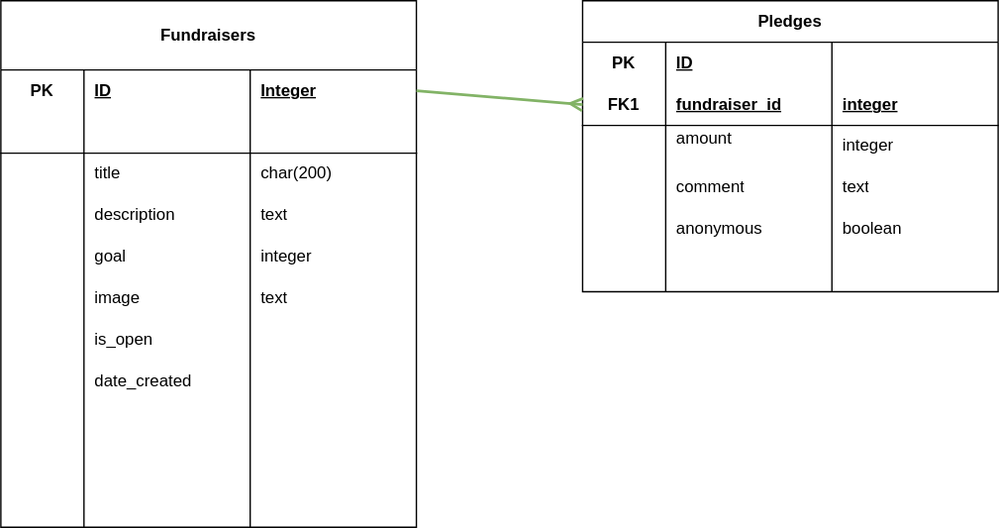
The draw.io diagram database.drawio.svg in jincode123/crowdfunding_backend, before a commit. Source tidied: cells renumbered, new cells last; positions are measured from the earlier drawing's top-left corner, leaving out a move shared by most shapes.
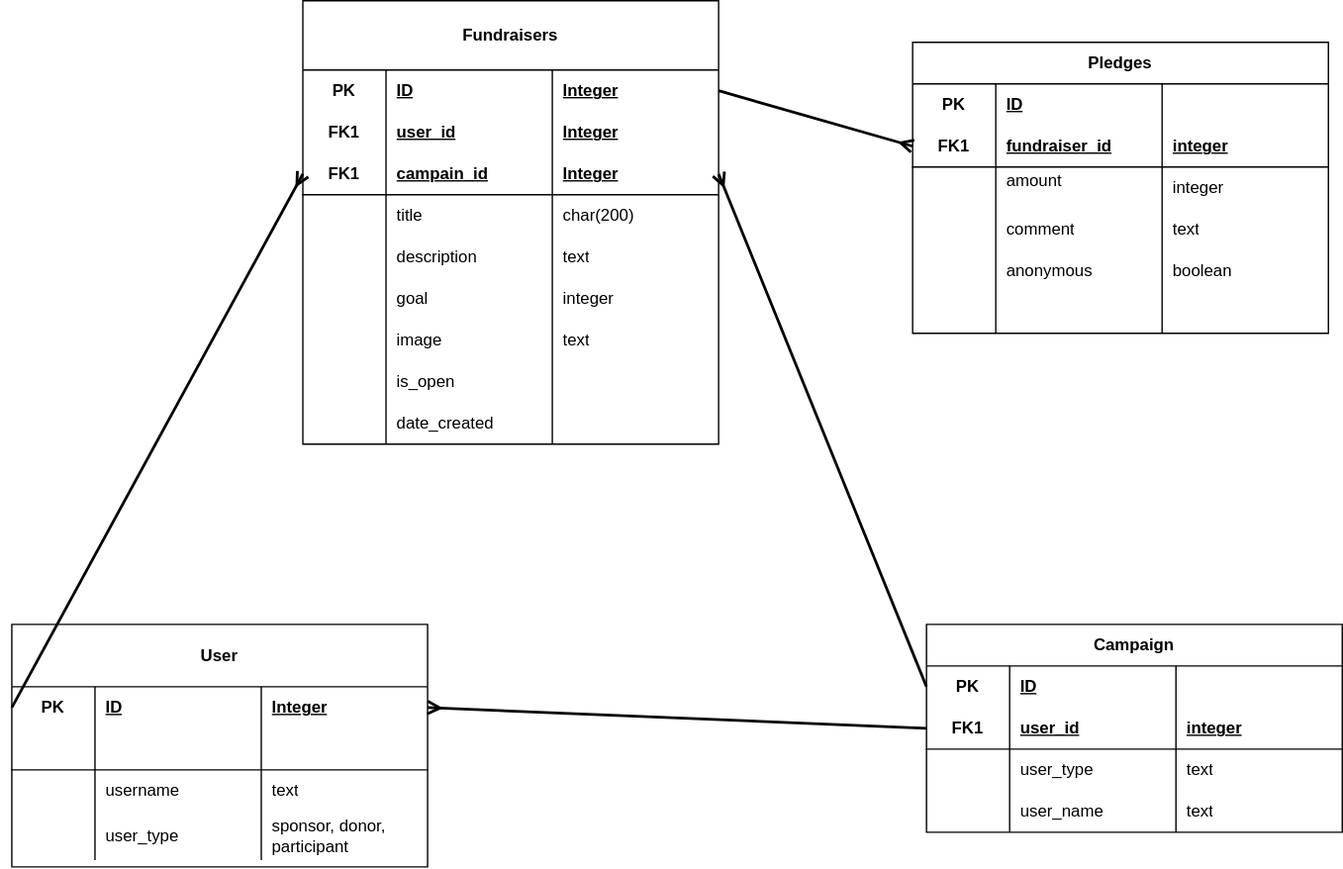
After the commit.

Commit message:
update database drawing

What changed in the source:
```diff
@@ -5,3 +5,3 @@
     <mxCell id="2" value="Fundraisers" style="shape=table;startSize=50;rowLines=0;fontStyle=1;align=center;html=1;whiteSpace=wrap;" parent="1" vertex="1">
-      <mxGeometry width="300" height="380" as="geometry" />
+      <mxGeometry x="340" y="30" width="300" height="320" as="geometry" />
     </mxCell>
@@ -19,12 +19,24 @@
     </mxCell>
+    <mxCell id="73" style="shape=tableRow;horizontal=0;startSize=0;swimlaneHead=0;swimlaneBody=0;fillColor=none;top=0;left=0;right=0;bottom=0;html=1;" parent="2" vertex="1">
+      <mxGeometry y="80" width="300" height="30" as="geometry" />
+    </mxCell>
+    <mxCell id="74" value="FK1" style="shape=partialRectangle;fillColor=none;top=0;left=0;bottom=0;right=0;fontStyle=1;overflow=hidden;html=1;whiteSpace=wrap;" parent="73" vertex="1">
+      <mxGeometry width="60" height="30" as="geometry" />
+    </mxCell>
+    <mxCell id="75" value="user_id" style="shape=partialRectangle;fillColor=none;top=0;left=0;bottom=0;right=0;align=left;spacingLeft=6;fontStyle=5;overflow=hidden;html=1;whiteSpace=wrap;" parent="73" vertex="1">
+      <mxGeometry x="60" width="120" height="30" as="geometry" />
+    </mxCell>
+    <mxCell id="76" value="Integer" style="shape=partialRectangle;fillColor=none;top=0;left=0;bottom=0;right=0;align=left;spacingLeft=6;fontStyle=5;overflow=hidden;html=1;whiteSpace=wrap;" parent="73" vertex="1">
+      <mxGeometry x="180" width="120" height="30" as="geometry" />
+    </mxCell>
     <mxCell id="7" style="shape=tableRow;horizontal=0;startSize=0;swimlaneHead=0;swimlaneBody=0;fillColor=none;points=[[0,0.5],[1,0.5]];portConstraint=eastwest;top=0;left=0;right=0;bottom=1;html=1;" parent="2" vertex="1">
-      <mxGeometry y="80" width="300" height="30" as="geometry" />
+      <mxGeometry y="110" width="300" height="30" as="geometry" />
     </mxCell>
-    <mxCell id="8" style="shape=partialRectangle;fillColor=none;top=0;left=0;bottom=0;right=0;fontStyle=1;overflow=hidden;html=1;whiteSpace=wrap;" parent="7" vertex="1">
+    <mxCell id="8" value="FK1" style="shape=partialRectangle;fillColor=none;top=0;left=0;bottom=0;right=0;fontStyle=1;overflow=hidden;html=1;whiteSpace=wrap;" parent="7" vertex="1">
       <mxGeometry width="60" height="30" as="geometry" />
     </mxCell>
-    <mxCell id="9" style="shape=partialRectangle;fillColor=none;top=0;left=0;bottom=0;right=0;align=left;spacingLeft=6;fontStyle=5;overflow=hidden;html=1;whiteSpace=wrap;" parent="7" vertex="1">
+    <mxCell id="9" value="campain_id" style="shape=partialRectangle;fillColor=none;top=0;left=0;bottom=0;right=0;align=left;spacingLeft=6;fontStyle=5;overflow=hidden;html=1;whiteSpace=wrap;" parent="7" vertex="1">
       <mxGeometry x="60" width="120" height="30" as="geometry" />
     </mxCell>
-    <mxCell id="10" style="shape=partialRectangle;fillColor=none;top=0;left=0;bottom=0;right=0;align=left;spacingLeft=6;fontStyle=5;overflow=hidden;html=1;whiteSpace=wrap;" parent="7" vertex="1">
+    <mxCell id="10" value="Integer" style="shape=partialRectangle;fillColor=none;top=0;left=0;bottom=0;right=0;align=left;spacingLeft=6;fontStyle=5;overflow=hidden;html=1;whiteSpace=wrap;" parent="7" vertex="1">
       <mxGeometry x="180" width="120" height="30" as="geometry" />
@@ -32,3 +44,3 @@
     <mxCell id="11" style="shape=tableRow;horizontal=0;startSize=0;swimlaneHead=0;swimlaneBody=0;fillColor=none;top=0;left=0;right=0;bottom=0;html=1;" parent="2" vertex="1">
-      <mxGeometry y="110" width="300" height="30" as="geometry" />
+      <mxGeometry y="140" width="300" height="30" as="geometry" />
     </mxCell>
@@ -44,3 +56,3 @@
     <mxCell id="15" style="shape=tableRow;horizontal=0;startSize=0;swimlaneHead=0;swimlaneBody=0;fillColor=none;top=0;left=0;right=0;bottom=0;html=1;" parent="2" vertex="1">
-      <mxGeometry y="140" width="300" height="30" as="geometry" />
+      <mxGeometry y="170" width="300" height="30" as="geometry" />
     </mxCell>
@@ -56,3 +68,3 @@
     <mxCell id="19" style="shape=tableRow;horizontal=0;startSize=0;swimlaneHead=0;swimlaneBody=0;fillColor=none;top=0;left=0;right=0;bottom=0;html=1;" parent="2" vertex="1">
-      <mxGeometry y="170" width="300" height="30" as="geometry" />
+      <mxGeometry y="200" width="300" height="30" as="geometry" />
     </mxCell>
@@ -68,3 +80,3 @@
     <mxCell id="23" style="shape=tableRow;horizontal=0;startSize=0;swimlaneHead=0;swimlaneBody=0;fillColor=none;top=0;left=0;right=0;bottom=0;html=1;" parent="2" vertex="1">
-      <mxGeometry y="200" width="300" height="30" as="geometry" />
+      <mxGeometry y="230" width="300" height="30" as="geometry" />
     </mxCell>
@@ -80,3 +92,3 @@
     <mxCell id="27" style="shape=tableRow;horizontal=0;startSize=0;swimlaneHead=0;swimlaneBody=0;fillColor=none;top=0;left=0;right=0;bottom=0;html=1;" parent="2" vertex="1">
-      <mxGeometry y="230" width="300" height="30" as="geometry" />
+      <mxGeometry y="260" width="300" height="30" as="geometry" />
     </mxCell>
@@ -92,3 +104,3 @@
     <mxCell id="31" style="shape=tableRow;horizontal=0;startSize=0;swimlaneHead=0;swimlaneBody=0;fillColor=none;top=0;left=0;right=0;bottom=0;html=1;" parent="2" vertex="1">
-      <mxGeometry y="260" width="300" height="30" as="geometry" />
+      <mxGeometry y="290" width="300" height="30" as="geometry" />
     </mxCell>
@@ -103,40 +115,4 @@
     </mxCell>
-    <mxCell id="35" style="shape=tableRow;horizontal=0;startSize=0;swimlaneHead=0;swimlaneBody=0;fillColor=none;top=0;left=0;right=0;bottom=0;html=1;" parent="2" vertex="1">
-      <mxGeometry y="290" width="300" height="30" as="geometry" />
-    </mxCell>
-    <mxCell id="36" style="shape=partialRectangle;fillColor=none;top=0;left=0;bottom=0;right=0;overflow=hidden;html=1;whiteSpace=wrap;" parent="35" vertex="1">
-      <mxGeometry width="60" height="30" as="geometry" />
-    </mxCell>
-    <mxCell id="37" style="shape=partialRectangle;fillColor=none;top=0;left=0;bottom=0;right=0;align=left;spacingLeft=6;overflow=hidden;html=1;whiteSpace=wrap;" parent="35" vertex="1">
-      <mxGeometry x="60" width="120" height="30" as="geometry" />
-    </mxCell>
-    <mxCell id="38" style="shape=partialRectangle;fillColor=none;top=0;left=0;bottom=0;right=0;align=left;spacingLeft=6;overflow=hidden;html=1;whiteSpace=wrap;" parent="35" vertex="1">
-      <mxGeometry x="180" width="120" height="30" as="geometry" />
-    </mxCell>
-    <mxCell id="39" style="shape=tableRow;horizontal=0;startSize=0;swimlaneHead=0;swimlaneBody=0;fillColor=none;top=0;left=0;right=0;bottom=0;html=1;" parent="2" vertex="1">
-      <mxGeometry y="320" width="300" height="30" as="geometry" />
-    </mxCell>
-    <mxCell id="40" style="shape=partialRectangle;fillColor=none;top=0;left=0;bottom=0;right=0;overflow=hidden;html=1;whiteSpace=wrap;" parent="39" vertex="1">
-      <mxGeometry width="60" height="30" as="geometry" />
-    </mxCell>
-    <mxCell id="41" style="shape=partialRectangle;fillColor=none;top=0;left=0;bottom=0;right=0;align=left;spacingLeft=6;overflow=hidden;html=1;whiteSpace=wrap;" parent="39" vertex="1">
-      <mxGeometry x="60" width="120" height="30" as="geometry" />
-    </mxCell>
-    <mxCell id="42" style="shape=partialRectangle;fillColor=none;top=0;left=0;bottom=0;right=0;align=left;spacingLeft=6;overflow=hidden;html=1;whiteSpace=wrap;" parent="39" vertex="1">
-      <mxGeometry x="180" width="120" height="30" as="geometry" />
-    </mxCell>
-    <mxCell id="43" style="shape=tableRow;horizontal=0;startSize=0;swimlaneHead=0;swimlaneBody=0;fillColor=none;top=0;left=0;right=0;bottom=0;html=1;" parent="2" vertex="1">
-      <mxGeometry y="350" width="300" height="30" as="geometry" />
-    </mxCell>
-    <mxCell id="44" style="shape=partialRectangle;fillColor=none;top=0;left=0;bottom=0;right=0;overflow=hidden;html=1;whiteSpace=wrap;" parent="43" vertex="1">
-      <mxGeometry width="60" height="30" as="geometry" />
-    </mxCell>
-    <mxCell id="45" style="shape=partialRectangle;fillColor=none;top=0;left=0;bottom=0;right=0;align=left;spacingLeft=6;overflow=hidden;html=1;whiteSpace=wrap;" parent="43" vertex="1">
-      <mxGeometry x="60" width="120" height="30" as="geometry" />
-    </mxCell>
-    <mxCell id="46" style="shape=partialRectangle;fillColor=none;top=0;left=0;bottom=0;right=0;align=left;spacingLeft=6;overflow=hidden;html=1;whiteSpace=wrap;" parent="43" vertex="1">
-      <mxGeometry x="180" width="120" height="30" as="geometry" />
-    </mxCell>
     <mxCell id="47" value="Pledges" style="shape=table;startSize=30;rowLines=0;fontStyle=1;align=center;html=1;whiteSpace=wrap;" parent="1" vertex="1">
-      <mxGeometry x="420" width="300" height="210" as="geometry" />
+      <mxGeometry x="780" y="60" width="300" height="210" as="geometry" />
     </mxCell>
@@ -214,5 +190,119 @@
     </mxCell>
-    <mxCell id="72" style="edgeStyle=none;html=1;exitX=1;exitY=0.5;exitDx=0;exitDy=0;entryX=0;entryY=0.5;entryDx=0;entryDy=0;endArrow=ERmany;endFill=0;strokeWidth=2;fillColor=#d5e8d4;strokeColor=#82b366;" parent="1" edge="1" source="3" target="52">
+    <mxCell id="72" style="edgeStyle=none;html=1;exitX=1;exitY=0.5;exitDx=0;exitDy=0;entryX=0;entryY=0.5;entryDx=0;entryDy=0;endArrow=ERmany;endFill=0;strokeWidth=2;fillColor=#d5e8d4;strokeColor=#000000;" parent="1" edge="1" source="3" target="52">
       <mxGeometry relative="1" as="geometry" />
     </mxCell>
+    <mxCell id="77" value="User" style="shape=table;startSize=45;rowLines=0;fontStyle=1;align=center;html=1;whiteSpace=wrap;" parent="1" vertex="1">
+      <mxGeometry x="130" y="480" width="300" height="175" as="geometry" />
+    </mxCell>
+    <mxCell id="78" style="shape=tableRow;horizontal=0;startSize=0;swimlaneHead=0;swimlaneBody=0;fillColor=none;points=[[0,0.5],[1,0.5]];portConstraint=eastwest;top=0;left=0;right=0;bottom=0;html=1;" parent="77" vertex="1">
+      <mxGeometry y="45" width="300" height="30" as="geometry" />
+    </mxCell>
+    <mxCell id="79" value="PK" style="shape=partialRectangle;fillColor=none;top=0;left=0;bottom=0;right=0;fontStyle=1;overflow=hidden;html=1;whiteSpace=wrap;" parent="78" vertex="1">
+      <mxGeometry width="60" height="30" as="geometry" />
+    </mxCell>
+    <mxCell id="80" value="ID" style="shape=partialRectangle;fillColor=none;top=0;left=0;bottom=0;right=0;align=left;spacingLeft=6;fontStyle=5;overflow=hidden;html=1;whiteSpace=wrap;" parent="78" vertex="1">
+      <mxGeometry x="60" width="120" height="30" as="geometry" />
+    </mxCell>
+    <mxCell id="81" value="Integer" style="shape=partialRectangle;fillColor=none;top=0;left=0;bottom=0;right=0;align=left;spacingLeft=6;fontStyle=5;overflow=hidden;html=1;whiteSpace=wrap;" parent="78" vertex="1">
+      <mxGeometry x="180" width="120" height="30" as="geometry" />
+    </mxCell>
+    <mxCell id="82" style="shape=tableRow;horizontal=0;startSize=0;swimlaneHead=0;swimlaneBody=0;fillColor=none;top=0;left=0;right=0;bottom=1;html=1;" parent="77" vertex="1">
+      <mxGeometry y="75" width="300" height="30" as="geometry" />
+    </mxCell>
+    <mxCell id="83" style="shape=partialRectangle;fillColor=none;top=0;left=0;bottom=0;right=0;fontStyle=1;overflow=hidden;html=1;whiteSpace=wrap;" parent="82" vertex="1">
+      <mxGeometry width="60" height="30" as="geometry" />
+    </mxCell>
+    <mxCell id="84" style="shape=partialRectangle;fillColor=none;top=0;left=0;bottom=0;right=0;align=left;spacingLeft=6;fontStyle=5;overflow=hidden;html=1;whiteSpace=wrap;" parent="82" vertex="1">
+      <mxGeometry x="60" width="120" height="30" as="geometry" />
+    </mxCell>
+    <mxCell id="85" style="shape=partialRectangle;fillColor=none;top=0;left=0;bottom=0;right=0;align=left;spacingLeft=6;fontStyle=5;overflow=hidden;html=1;whiteSpace=wrap;" parent="82" vertex="1">
+      <mxGeometry x="180" width="120" height="30" as="geometry" />
+    </mxCell>
+    <mxCell id="86" style="shape=tableRow;horizontal=0;startSize=0;swimlaneHead=0;swimlaneBody=0;fillColor=none;top=0;left=0;right=0;bottom=0;html=1;" parent="77" vertex="1">
+      <mxGeometry y="105" width="300" height="30" as="geometry" />
+    </mxCell>
+    <mxCell id="87" style="shape=partialRectangle;fillColor=none;top=0;left=0;bottom=0;right=0;overflow=hidden;html=1;whiteSpace=wrap;" parent="86" vertex="1">
+      <mxGeometry width="60" height="30" as="geometry" />
+    </mxCell>
+    <mxCell id="88" value="username" style="shape=partialRectangle;fillColor=none;top=0;left=0;bottom=0;right=0;align=left;spacingLeft=6;overflow=hidden;html=1;whiteSpace=wrap;" parent="86" vertex="1">
+      <mxGeometry x="60" width="120" height="30" as="geometry" />
+    </mxCell>
+    <mxCell id="89" value="text" style="shape=partialRectangle;fillColor=none;top=0;left=0;bottom=0;right=0;align=left;spacingLeft=6;overflow=hidden;html=1;whiteSpace=wrap;" parent="86" vertex="1">
+      <mxGeometry x="180" width="120" height="30" as="geometry" />
+    </mxCell>
+    <mxCell id="90" style="shape=tableRow;horizontal=0;startSize=0;swimlaneHead=0;swimlaneBody=0;fillColor=none;top=0;left=0;right=0;bottom=0;html=1;" parent="77" vertex="1">
+      <mxGeometry y="135" width="300" height="35" as="geometry" />
+    </mxCell>
+    <mxCell id="91" style="shape=partialRectangle;fillColor=none;top=0;left=0;bottom=0;right=0;overflow=hidden;html=1;whiteSpace=wrap;" parent="90" vertex="1">
+      <mxGeometry width="60" height="35" as="geometry" />
+    </mxCell>
+    <mxCell id="92" value="user_type" style="shape=partialRectangle;fillColor=none;top=0;left=0;bottom=0;right=0;align=left;spacingLeft=6;overflow=hidden;html=1;whiteSpace=wrap;" parent="90" vertex="1">
+      <mxGeometry x="60" width="120" height="35" as="geometry" />
+    </mxCell>
+    <mxCell id="93" value="sponsor, donor, participant" style="shape=partialRectangle;fillColor=none;top=0;left=0;bottom=0;right=0;align=left;spacingLeft=6;overflow=hidden;html=1;whiteSpace=wrap;" parent="90" vertex="1">
+      <mxGeometry x="180" width="120" height="35" as="geometry" />
+    </mxCell>
+    <mxCell id="94" value="Campaign" style="shape=table;startSize=30;rowLines=0;fontStyle=1;align=center;html=1;whiteSpace=wrap;" parent="1" vertex="1">
+      <mxGeometry x="790" y="480" width="300" height="150" as="geometry" />
+    </mxCell>
+    <mxCell id="95" style="shape=tableRow;horizontal=0;startSize=0;swimlaneHead=0;swimlaneBody=0;fillColor=none;points=[[0,0.5],[1,0.5]];portConstraint=eastwest;top=0;left=0;right=0;bottom=0;html=1;" parent="94" vertex="1">
+      <mxGeometry y="30" width="300" height="30" as="geometry" />
+    </mxCell>
+    <mxCell id="96" value="PK" style="shape=partialRectangle;fillColor=none;top=0;left=0;bottom=0;right=0;fontStyle=1;overflow=hidden;html=1;whiteSpace=wrap;" parent="95" vertex="1">
+      <mxGeometry width="60" height="30" as="geometry" />
+    </mxCell>
+    <mxCell id="97" value="ID" style="shape=partialRectangle;fillColor=none;top=0;left=0;bottom=0;right=0;align=left;spacingLeft=6;fontStyle=5;overflow=hidden;html=1;whiteSpace=wrap;" parent="95" vertex="1">
+      <mxGeometry x="60" width="120" height="30" as="geometry" />
+    </mxCell>
+    <mxCell id="98" style="shape=partialRectangle;fillColor=none;top=0;left=0;bottom=0;right=0;align=left;spacingLeft=6;fontStyle=5;overflow=hidden;html=1;whiteSpace=wrap;" parent="95" vertex="1">
+      <mxGeometry x="180" width="120" height="30" as="geometry" />
+    </mxCell>
+    <mxCell id="99" style="shape=tableRow;horizontal=0;startSize=0;swimlaneHead=0;swimlaneBody=0;fillColor=none;points=[[0,0.5],[1,0.5]];portConstraint=eastwest;top=0;left=0;right=0;bottom=1;html=1;" parent="94" vertex="1">
+      <mxGeometry y="60" width="300" height="30" as="geometry" />
+    </mxCell>
+    <mxCell id="100" value="FK1" style="shape=partialRectangle;fillColor=none;top=0;left=0;bottom=0;right=0;fontStyle=1;overflow=hidden;html=1;whiteSpace=wrap;" parent="99" vertex="1">
+      <mxGeometry width="60" height="30" as="geometry" />
+    </mxCell>
+    <mxCell id="101" value="user_id" style="shape=partialRectangle;fillColor=none;top=0;left=0;bottom=0;right=0;align=left;spacingLeft=6;fontStyle=5;overflow=hidden;html=1;whiteSpace=wrap;" parent="99" vertex="1">
+      <mxGeometry x="60" width="120" height="30" as="geometry" />
+    </mxCell>
+    <mxCell id="102" value="integer" style="shape=partialRectangle;fillColor=none;top=0;left=0;bottom=0;right=0;align=left;spacingLeft=6;fontStyle=5;overflow=hidden;html=1;whiteSpace=wrap;" parent="99" vertex="1">
+      <mxGeometry x="180" width="120" height="30" as="geometry" />
+    </mxCell>
+    <mxCell id="103" style="shape=tableRow;horizontal=0;startSize=0;swimlaneHead=0;swimlaneBody=0;fillColor=none;top=0;left=0;right=0;bottom=0;html=1;" parent="94" vertex="1">
+      <mxGeometry y="90" width="300" height="30" as="geometry" />
+    </mxCell>
+    <mxCell id="104" style="shape=partialRectangle;fillColor=none;top=0;left=0;bottom=0;right=0;overflow=hidden;html=1;whiteSpace=wrap;" parent="103" vertex="1">
+      <mxGeometry width="60" height="30" as="geometry" />
+    </mxCell>
+    <mxCell id="105" value="user_type" style="shape=partialRectangle;fillColor=none;top=0;left=0;bottom=0;right=0;align=left;spacingLeft=6;overflow=hidden;html=1;whiteSpace=wrap;" parent="103" vertex="1">
+      <mxGeometry x="60" width="120" height="30" as="geometry" />
+    </mxCell>
+    <mxCell id="106" value="text" style="shape=partialRectangle;fillColor=none;top=0;left=0;bottom=0;right=0;align=left;spacingLeft=6;overflow=hidden;html=1;whiteSpace=wrap;" parent="103" vertex="1">
+      <mxGeometry x="180" width="120" height="30" as="geometry" />
+    </mxCell>
+    <mxCell id="107" style="shape=tableRow;horizontal=0;startSize=0;swimlaneHead=0;swimlaneBody=0;fillColor=none;top=0;left=0;right=0;bottom=0;html=1;" parent="94" vertex="1">
+      <mxGeometry y="120" width="300" height="30" as="geometry" />
+    </mxCell>
+    <mxCell id="108" style="shape=partialRectangle;fillColor=none;top=0;left=0;bottom=0;right=0;overflow=hidden;html=1;whiteSpace=wrap;" parent="107" vertex="1">
+      <mxGeometry width="60" height="30" as="geometry" />
+    </mxCell>
+    <mxCell id="109" value="user_name" style="shape=partialRectangle;fillColor=none;top=0;left=0;bottom=0;right=0;align=left;spacingLeft=6;overflow=hidden;html=1;whiteSpace=wrap;" parent="107" vertex="1">
+      <mxGeometry x="60" width="120" height="30" as="geometry" />
+    </mxCell>
+    <mxCell id="110" value="text" style="shape=partialRectangle;fillColor=none;top=0;left=0;bottom=0;right=0;align=left;spacingLeft=6;overflow=hidden;html=1;whiteSpace=wrap;" parent="107" vertex="1">
+      <mxGeometry x="180" width="120" height="30" as="geometry" />
+    </mxCell>
+    <mxCell id="111" style="html=1;exitX=1;exitY=0.5;exitDx=0;exitDy=0;entryX=0;entryY=0.5;entryDx=0;entryDy=0;strokeColor=default;startArrow=openThin;startFill=0;strokeWidth=2;" parent="1" edge="1" source="99" target="x">
+      <mxGeometry relative="1" as="geometry" />
+    </mxCell>
+    <mxCell id="112" style="edgeStyle=none;html=1;exitX=0;exitY=0.5;exitDx=0;exitDy=0;strokeWidth=2;endArrow=ERmany;endFill=0;entryX=0;entryY=0.5;entryDx=0;entryDy=0;" parent="1" edge="1" source="78" target="7">
+      <mxGeometry relative="1" as="geometry" />
+    </mxCell>
+    <mxCell id="113" style="edgeStyle=none;html=1;exitX=0;exitY=0.5;exitDx=0;exitDy=0;entryX=1;entryY=0.5;entryDx=0;entryDy=0;startArrow=none;startFill=0;strokeWidth=2;endArrow=ERmany;endFill=0;" parent="1" edge="1" source="99" target="78">
+      <mxGeometry relative="1" as="geometry" />
+    </mxCell>
+    <mxCell id="114" style="edgeStyle=none;html=1;exitX=1;exitY=0.5;exitDx=0;exitDy=0;entryX=0;entryY=0.5;entryDx=0;entryDy=0;strokeWidth=2;startArrow=ERmany;startFill=0;endArrow=none;endFill=0;" parent="1" edge="1" source="7" target="95">
+      <mxGeometry relative="1" as="geometry" />
+    </mxCell>
   </root>
```
